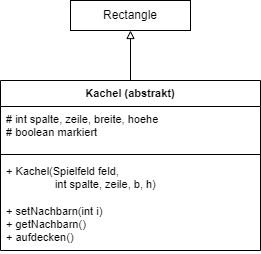
Earlier version of the draw.io export 00Informatik/OIDE_Minesweeper/02KlassendiagrammKachel.png (Hi2272/Hi2272.github.io). Source tidied: cells renumbered, new cells last; positions are measured from the earlier drawing's top-left corner, leaving out a move shared by most shapes.
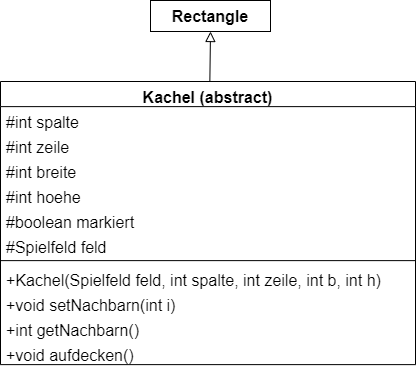
The same diagram one commit later.

What changed in the source:
```diff
@@ -2,23 +2,47 @@
   <root>
     <mxCell id="0" />
     <mxCell id="1" parent="0" />
-    <mxCell id="2" style="edgeStyle=none;shape=connector;rounded=0;jettySize=auto;html=1;entryX=0.5;entryY=1;entryDx=0;entryDy=0;strokeColor=default;align=center;verticalAlign=middle;fontFamily=Helvetica;fontSize=11;fontColor=default;labelBackgroundColor=default;endArrow=block;endFill=0;" parent="1" edge="1" source="3" target="7">
-      <mxGeometry relative="1" as="geometry" />
-    </mxCell>
-    <mxCell id="3" value="Kachel (abstrakt)" style="swimlane;fontStyle=1;align=center;verticalAlign=top;horizontal=1;startSize=26;whiteSpace=wrap;html=1;fontFamily=Helvetica;fontSize=11;fontColor=default;labelBackgroundColor=default;" parent="1" vertex="1">
-      <mxGeometry y="80" width="260" height="170" as="geometry" />
-    </mxCell>
-    <mxCell id="4" value="# int spalte, zeile, breite, hoehe&lt;div&gt;# boolean markiert&lt;/div&gt;" style="text;strokeColor=none;fillColor=none;align=left;verticalAlign=top;spacingLeft=4;spacingRight=4;overflow=hidden;whiteSpace=wrap;html=1;fontFamily=Helvetica;fontSize=11;fontColor=default;labelBackgroundColor=default;" parent="3" vertex="1">
-      <mxGeometry y="26" width="260" height="44" as="geometry" />
-    </mxCell>
-    <mxCell id="5" style="line;strokeWidth=1;fillColor=none;align=left;verticalAlign=middle;spacingTop=-1;spacingLeft=3;spacingRight=3;labelPosition=right;strokeColor=inherit;fontFamily=Helvetica;fontSize=11;fontColor=default;labelBackgroundColor=default;" parent="3" vertex="1">
-      <mxGeometry y="70" width="260" height="8" as="geometry" />
-    </mxCell>
-    <mxCell id="6" value="+ Kachel(Spielfeld feld, &lt;br&gt;&amp;nbsp; &amp;nbsp; &amp;nbsp; &amp;nbsp; &amp;nbsp; &amp;nbsp; &amp;nbsp; &amp;nbsp; int spalte, zeile, b, h)&lt;span style=&quot;white-space: pre;&quot;&gt;&#9;&lt;/span&gt;&lt;div&gt;&lt;br&gt;&lt;/div&gt;&lt;div&gt;+ setNachbarn(int i)&lt;br&gt;&lt;/div&gt;&lt;div&gt;&lt;div&gt;+ getNachbarn()&lt;/div&gt;&lt;div&gt;+ aufdecken()&lt;/div&gt;&lt;/div&gt;" style="text;strokeColor=none;fillColor=none;align=left;verticalAlign=top;spacingLeft=4;spacingRight=4;overflow=hidden;whiteSpace=wrap;html=1;fontFamily=Helvetica;fontSize=11;fontColor=default;labelBackgroundColor=default;" parent="3" vertex="1">
-      <mxGeometry y="78" width="260" height="92" as="geometry" />
-    </mxCell>
+    <mxCell id="8" style="edgeStyle=none;curved=1;rounded=0;jettySize=auto;html=1;entryX=0.5;entryY=1;entryDx=0;entryDy=0;fontSize=12;startSize=8;endSize=8;endArrow=block;endFill=0;" parent="1" edge="1" source="9" target="7">
+      <mxGeometry relative="1" as="geometry" />
+    </mxCell>
+    <mxCell id="9" value="Kachel (abstract)" style="swimlane;fontStyle=1;align=center;verticalAlign=top;horizontal=1;startSize=25.121213045987215;fontSize=16;" parent="1" vertex="1">
+      <mxGeometry x="-80" y="81" width="415" height="283.1" as="geometry" />
+    </mxCell>
+    <mxCell id="10" value="#int spalte" style="text;strokeColor=none;fillColor=none;align=left;verticalAlign=top;spacingLeft=4;spacingRight=4;overflow=hidden;fontSize=16;" parent="9" vertex="1">
+      <mxGeometry y="25.1" width="415" height="25" as="geometry" />
+    </mxCell>
+    <mxCell id="11" value="#int zeile" style="text;strokeColor=none;fillColor=none;align=left;verticalAlign=top;spacingLeft=4;spacingRight=4;overflow=hidden;fontSize=16;" parent="9" vertex="1">
+      <mxGeometry y="50.1" width="415" height="25" as="geometry" />
+    </mxCell>
+    <mxCell id="12" value="#int breite" style="text;strokeColor=none;fillColor=none;align=left;verticalAlign=top;spacingLeft=4;spacingRight=4;overflow=hidden;fontSize=16;" parent="9" vertex="1">
+      <mxGeometry y="75.1" width="415" height="25" as="geometry" />
+    </mxCell>
+    <mxCell id="13" value="#int hoehe" style="text;strokeColor=none;fillColor=none;align=left;verticalAlign=top;spacingLeft=4;spacingRight=4;overflow=hidden;fontSize=16;" parent="9" vertex="1">
+      <mxGeometry y="100.1" width="415" height="25" as="geometry" />
+    </mxCell>
+    <mxCell id="14" value="#boolean markiert" style="text;strokeColor=none;fillColor=none;align=left;verticalAlign=top;spacingLeft=4;spacingRight=4;overflow=hidden;fontSize=16;" parent="9" vertex="1">
+      <mxGeometry y="125.1" width="415" height="25" as="geometry" />
+    </mxCell>
+    <mxCell id="15" value="#Spielfeld feld" style="text;strokeColor=none;fillColor=none;align=left;verticalAlign=top;spacingLeft=4;spacingRight=4;overflow=hidden;fontSize=16;" parent="9" vertex="1">
+      <mxGeometry y="150.1" width="415" height="25" as="geometry" />
+    </mxCell>
+    <mxCell id="16" style="line;strokeWidth=1;fillColor=none;align=left;verticalAlign=middle;spacingTop=-1;spacingLeft=3;spacingRight=3;labelPosition=right;strokeColor=inherit;fontSize=16;" parent="9" vertex="1">
+      <mxGeometry y="175.1" width="415" height="8" as="geometry" />
+    </mxCell>
+    <mxCell id="17" value="+Kachel(Spielfeld feld, int spalte, int zeile, int b, int h)" style="text;strokeColor=none;fillColor=none;align=left;verticalAlign=top;spacingLeft=4;spacingRight=4;overflow=hidden;fontSize=16;" parent="9" vertex="1">
+      <mxGeometry y="183.1" width="415" height="25" as="geometry" />
+    </mxCell>
+    <mxCell id="18" value="+void setNachbarn(int i)" style="text;strokeColor=none;fillColor=none;align=left;verticalAlign=top;spacingLeft=4;spacingRight=4;overflow=hidden;fontSize=16;" parent="9" vertex="1">
+      <mxGeometry y="208.1" width="415" height="25" as="geometry" />
+    </mxCell>
+    <mxCell id="19" value="+int getNachbarn()" style="text;strokeColor=none;fillColor=none;align=left;verticalAlign=top;spacingLeft=4;spacingRight=4;overflow=hidden;fontSize=16;" parent="9" vertex="1">
+      <mxGeometry y="233.1" width="415" height="25" as="geometry" />
+    </mxCell>
+    <mxCell id="20" value="+void aufdecken()" style="text;strokeColor=none;fillColor=none;align=left;verticalAlign=top;spacingLeft=4;spacingRight=4;overflow=hidden;fontSize=16;" parent="9" vertex="1">
+      <mxGeometry y="258.1" width="415" height="25" as="geometry" />
+    </mxCell>
-    <mxCell id="7" value="Rectangle" style="rounded=0;whiteSpace=wrap;html=1;" parent="1" vertex="1">
-      <mxGeometry x="70" width="120" height="30" as="geometry" />
+    <mxCell id="7" value="&lt;b&gt;Rectangle&lt;/b&gt;" style="rounded=0;whiteSpace=wrap;html=1;fontSize=16;" parent="1" vertex="1">
+      <mxGeometry x="70" width="120" height="31" as="geometry" />
     </mxCell>
   </root>
 </mxGraphModel>
```
